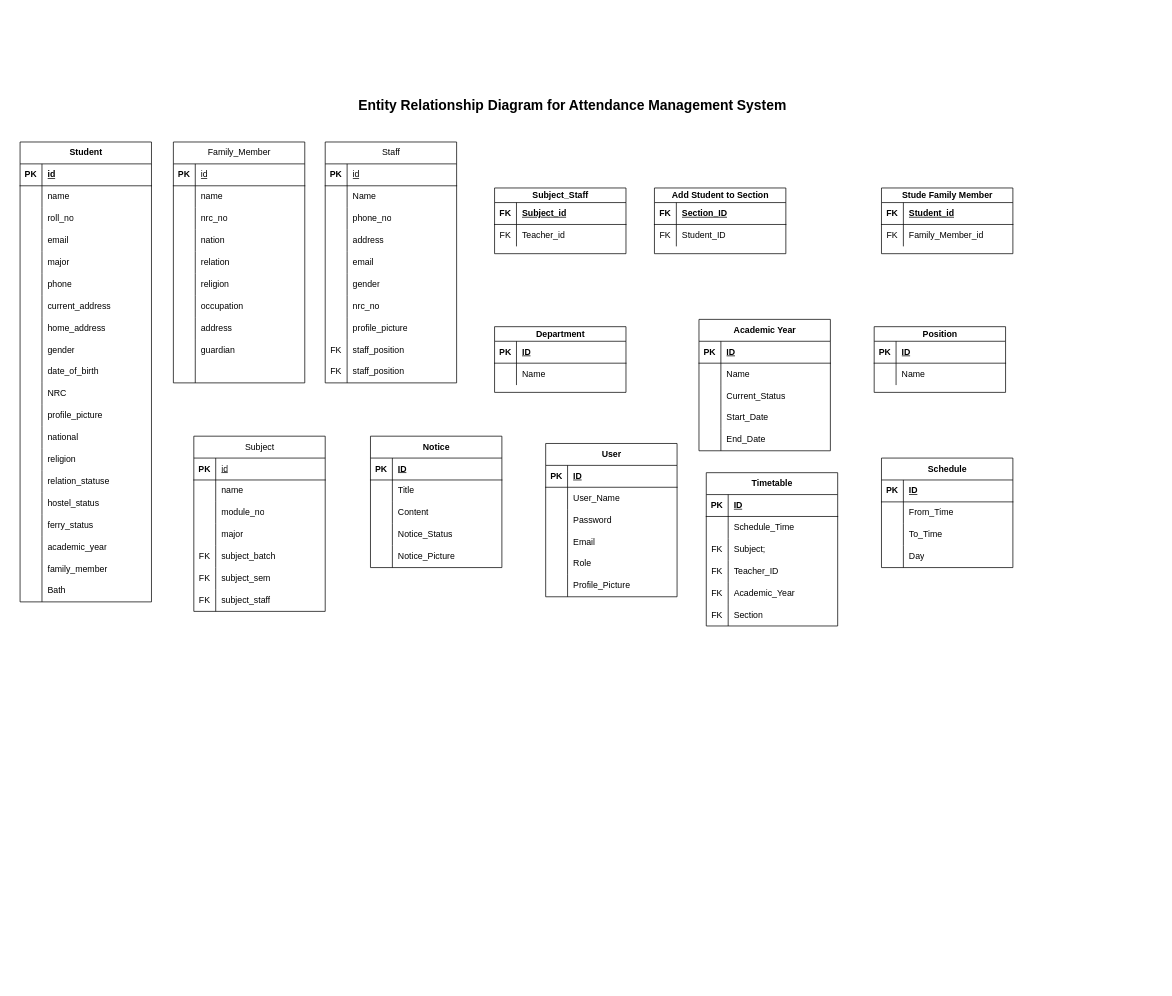
KhunMaungNgwee/InternShipProject keeps this draw.io diagram as ER.drawio. Above is the earlier version. Source tidied: cells renumbered, new cells numbered last; positions are measured from the earlier drawing's top-left corner, leaving out a move shared by most shapes. Both pictures are drawn from the tidied source at 73%, with x=0, y=0 at pixel (20, 91).
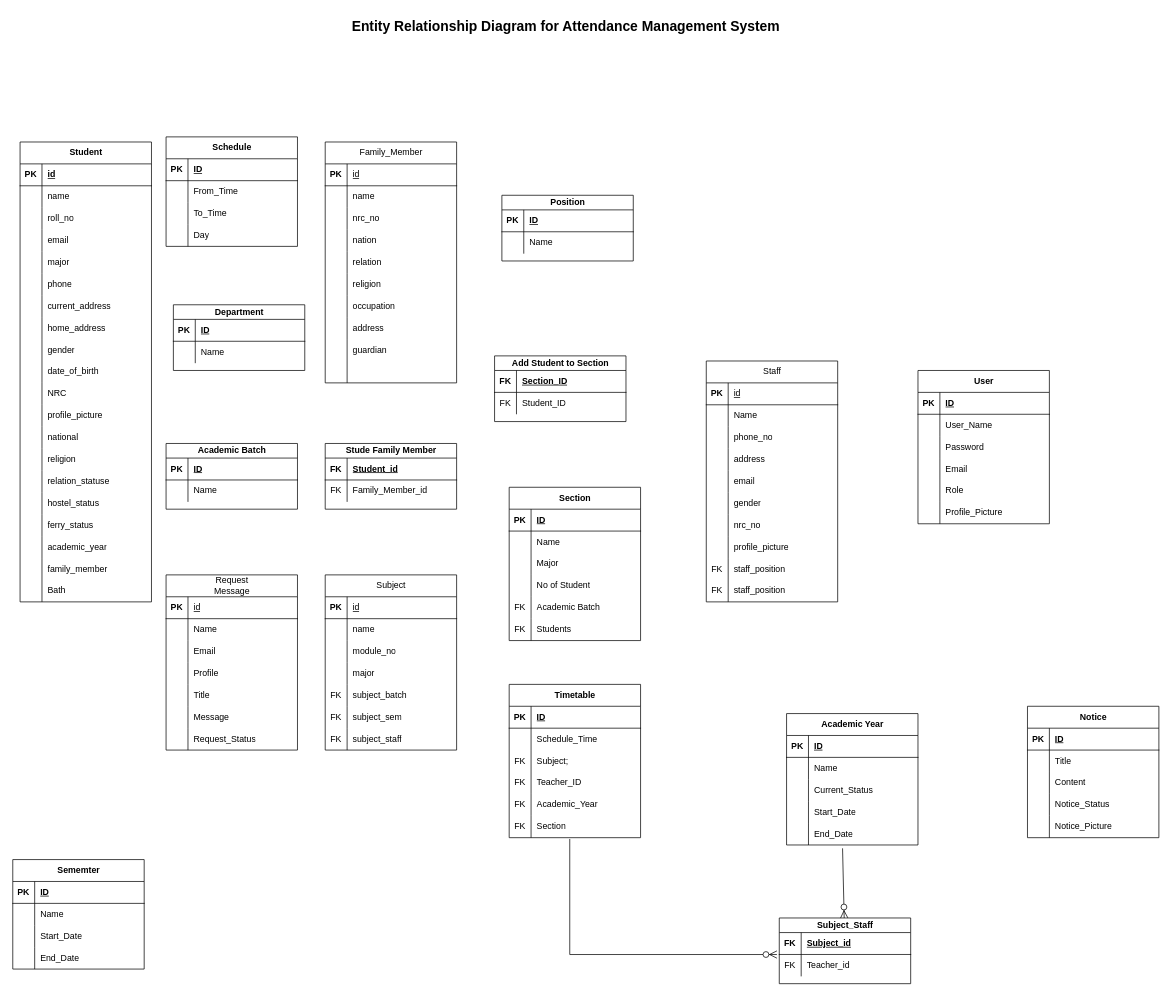
After the change.

Unchanged cells that the change refers to:
```xml
<mxCell id="203" style="shape=tableRow;horizontal=0;startSize=0;swimlaneHead=0;swimlaneBody=0;fillColor=none;points=[[0,0.5],[1,0.5]];portConstraint=eastwest;top=0;left=0;right=0;bottom=0;" parent="190" vertex="1">
  <mxGeometry y="150" width="180" height="30" as="geometry" />
</mxCell>
<mxCell id="222" style="shape=tableRow;horizontal=0;startSize=0;swimlaneHead=0;swimlaneBody=0;fillColor=none;points=[[0,0.5],[1,0.5]];portConstraint=eastwest;top=0;left=0;right=0;bottom=0;" parent="206" vertex="1">
  <mxGeometry y="180" width="180" height="30" as="geometry" />
</mxCell>
<mxCell id="249" style="shape=tableRow;horizontal=0;startSize=0;swimlaneHead=0;swimlaneBody=0;fillColor=none;points=[[0,0.5],[1,0.5]];portConstraint=eastwest;top=0;left=0;right=0;bottom=0;" parent="245" vertex="1">
  <mxGeometry y="50" width="180" height="30" as="geometry" />
</mxCell>
```

Diff of the diagram source:
```diff
@@
     <mxCell id="2" value="Entity Relationship Diagram for Attendance Management System&amp;nbsp;" style="text;html=1;align=center;verticalAlign=middle;strokeColor=none;fillColor=none;strokeWidth=0;fontSize=19;fontStyle=1;" parent="1" vertex="1">
-      <mxGeometry x="469" width="580" height="40" as="geometry" />
+      <mxGeometry x="460" y="-107" width="580" height="40" as="geometry" />
     </mxCell>
@@
     <mxCell id="64" value="&lt;span style=&quot;font-weight: 400; text-wrap: wrap;&quot;&gt;Family_Member&lt;/span&gt;" style="shape=table;startSize=30;childLayout=tableLayout;rowLines=0;fontStyle=1;align=center;html=1;" parent="1" vertex="1">
-      <mxGeometry x="210" y="70" width="180" height="330" as="geometry" />
+      <mxGeometry x="418" y="70" width="180" height="330" as="geometry" />
     </mxCell>
@@
     <mxCell id="95" value="&lt;span style=&quot;font-weight: 400; text-wrap: wrap;&quot;&gt;Staff&lt;/span&gt;" style="shape=table;startSize=30;childLayout=tableLayout;rowLines=0;fontStyle=1;align=center;html=1;" parent="1" vertex="1">
-      <mxGeometry x="418" y="70" width="180" height="330" as="geometry" />
+      <mxGeometry x="940" y="370" width="180" height="330" as="geometry" />
     </mxCell>
@@
     <mxCell id="126" value="&lt;span style=&quot;font-weight: 400; text-wrap: wrap;&quot;&gt;Subject&lt;/span&gt;" style="shape=table;startSize=30;childLayout=tableLayout;rowLines=0;fontStyle=1;align=center;html=1;" parent="1" vertex="1">
-      <mxGeometry x="238" y="473" width="180" height="240" as="geometry" />
+      <mxGeometry x="418" y="663" width="180" height="240" as="geometry" />
     </mxCell>
@@
     <mxCell id="148" value="Notice" style="shape=table;startSize=30;childLayout=tableLayout;rowLines=0;fontStyle=1;align=center;html=1;" parent="1" vertex="1">
-      <mxGeometry x="480" y="473" width="180" height="180" as="geometry" />
+      <mxGeometry x="1380" y="843" width="180" height="180" as="geometry" />
     </mxCell>
@@
     <mxCell id="164" value="Department" style="shape=table;startSize=20;childLayout=tableLayout;rowLines=0;fontStyle=1;align=center;html=1;" parent="1" vertex="1">
-      <mxGeometry x="650" y="323" width="180" height="90" as="geometry" />
+      <mxGeometry x="210" y="293" width="180" height="90" as="geometry" />
     </mxCell>
@@
     <mxCell id="171" value="User" style="shape=table;startSize=30;childLayout=tableLayout;rowLines=0;fontStyle=1;align=center;html=1;" parent="1" vertex="1">
-      <mxGeometry x="720" y="483" width="180" height="210" as="geometry" />
+      <mxGeometry x="1230" y="383" width="180" height="210" as="geometry" />
     </mxCell>
@@
     <mxCell id="190" value="Academic Year" style="shape=table;startSize=30;childLayout=tableLayout;rowLines=0;fontStyle=1;align=center;html=1;" parent="1" vertex="1">
-      <mxGeometry x="930" y="313" width="180" height="180" as="geometry" />
+      <mxGeometry x="1050" y="853" width="180" height="180" as="geometry" />
     </mxCell>
@@
     <mxCell id="206" value="Timetable" style="shape=table;startSize=30;childLayout=tableLayout;rowLines=0;fontStyle=1;align=center;html=1;" parent="1" vertex="1">
-      <mxGeometry x="940" y="523" width="180" height="210" as="geometry" />
+      <mxGeometry x="670" y="813" width="180" height="210" as="geometry" />
     </mxCell>
@@
     <mxCell id="225" value="Position" style="shape=table;startSize=20;childLayout=tableLayout;rowLines=0;fontStyle=1;align=center;html=1;" parent="1" vertex="1">
-      <mxGeometry x="1170" y="323" width="180" height="90" as="geometry" />
+      <mxGeometry x="660" y="143" width="180" height="90" as="geometry" />
     </mxCell>
@@
     <mxCell id="232" value="Schedule" style="shape=table;startSize=30;childLayout=tableLayout;rowLines=0;fontStyle=1;align=center;html=1;" parent="1" vertex="1">
-      <mxGeometry x="1180" y="503" width="180" height="150" as="geometry" />
+      <mxGeometry x="200" y="63" width="180" height="150" as="geometry" />
     </mxCell>
@@
     <mxCell id="245" value="Subject_Staff" style="shape=table;startSize=20;childLayout=tableLayout;rowLines=0;fontStyle=1;align=center;html=1;" parent="1" vertex="1">
-      <mxGeometry x="650" y="133" width="180" height="90" as="geometry" />
+      <mxGeometry x="1040" y="1133" width="180" height="90" as="geometry" />
     </mxCell>
@@
     <mxCell id="252" value="Add Student to Section" style="shape=table;startSize=20;childLayout=tableLayout;rowLines=0;fontStyle=1;align=center;html=1;" parent="1" vertex="1">
-      <mxGeometry x="869" y="133" width="180" height="90" as="geometry" />
+      <mxGeometry x="650" y="363" width="180" height="90" as="geometry" />
     </mxCell>
@@
     <mxCell id="259" value="Stude Family Member" style="shape=table;startSize=20;childLayout=tableLayout;rowLines=0;fontStyle=1;align=center;html=1;" parent="1" vertex="1">
-      <mxGeometry x="1180" y="133" width="180" height="90" as="geometry" />
+      <mxGeometry x="418" y="483" width="180" height="90" as="geometry" />
     </mxCell>
@@
+    <mxCell id="266" value="Academic Batch" style="shape=table;startSize=20;childLayout=tableLayout;rowLines=0;fontStyle=1;align=center;html=1;" parent="1" vertex="1">
+      <mxGeometry x="200" y="483" width="180" height="90" as="geometry" />
+    </mxCell>
+    <mxCell id="267" style="shape=tableRow;horizontal=0;startSize=0;swimlaneHead=0;swimlaneBody=0;fillColor=none;top=0;left=0;right=0;bottom=1;" parent="266" vertex="1">
+      <mxGeometry y="20" width="180" height="30" as="geometry" />
+    </mxCell>
+    <mxCell id="268" value="PK" style="shape=partialRectangle;fillColor=none;top=0;left=0;bottom=0;right=0;fontStyle=1;overflow=hidden;whiteSpace=wrap;html=1;" parent="267" vertex="1">
+      <mxGeometry width="30" height="30" as="geometry" />
+    </mxCell>
+    <mxCell id="269" value="ID" style="shape=partialRectangle;fillColor=none;top=0;left=0;bottom=0;right=0;align=left;spacingLeft=6;fontStyle=5;overflow=hidden;whiteSpace=wrap;html=1;" parent="267" vertex="1">
+      <mxGeometry x="30" width="150" height="30" as="geometry" />
+    </mxCell>
+    <mxCell id="270" style="shape=tableRow;horizontal=0;startSize=0;swimlaneHead=0;swimlaneBody=0;fillColor=none;top=0;left=0;right=0;bottom=0;" parent="266" vertex="1">
+      <mxGeometry y="50" width="180" height="30" as="geometry" />
+    </mxCell>
+    <mxCell id="271" style="shape=partialRectangle;fillColor=none;top=0;left=0;bottom=0;right=0;overflow=hidden;whiteSpace=wrap;html=1;" parent="270" vertex="1">
+      <mxGeometry width="30" height="30" as="geometry" />
+    </mxCell>
+    <mxCell id="272" value="Name" style="shape=partialRectangle;fillColor=none;top=0;left=0;bottom=0;right=0;align=left;spacingLeft=6;overflow=hidden;whiteSpace=wrap;html=1;" parent="270" vertex="1">
+      <mxGeometry x="30" width="150" height="30" as="geometry" />
+    </mxCell>
+    <mxCell id="273" value="Sememter" style="shape=table;startSize=30;childLayout=tableLayout;rowLines=0;fontStyle=1;align=center;html=1;" parent="1" vertex="1">
+      <mxGeometry x="-10" y="1053" width="180" height="150" as="geometry" />
+    </mxCell>
+    <mxCell id="274" style="shape=tableRow;horizontal=0;startSize=0;swimlaneHead=0;swimlaneBody=0;fillColor=none;top=0;left=0;right=0;bottom=1;" parent="273" vertex="1">
+      <mxGeometry y="30" width="180" height="30" as="geometry" />
+    </mxCell>
+    <mxCell id="275" value="PK" style="shape=partialRectangle;fillColor=none;top=0;left=0;bottom=0;right=0;fontStyle=1;overflow=hidden;whiteSpace=wrap;html=1;" parent="274" vertex="1">
+      <mxGeometry width="30" height="30" as="geometry" />
+    </mxCell>
+    <mxCell id="276" value="ID" style="shape=partialRectangle;fillColor=none;top=0;left=0;bottom=0;right=0;align=left;spacingLeft=6;fontStyle=5;overflow=hidden;whiteSpace=wrap;html=1;" parent="274" vertex="1">
+      <mxGeometry x="30" width="150" height="30" as="geometry" />
+    </mxCell>
+    <mxCell id="277" style="shape=tableRow;horizontal=0;startSize=0;swimlaneHead=0;swimlaneBody=0;fillColor=none;top=0;left=0;right=0;bottom=0;" parent="273" vertex="1">
+      <mxGeometry y="60" width="180" height="30" as="geometry" />
+    </mxCell>
+    <mxCell id="278" style="shape=partialRectangle;fillColor=none;top=0;left=0;bottom=0;right=0;overflow=hidden;whiteSpace=wrap;html=1;" parent="277" vertex="1">
+      <mxGeometry width="30" height="30" as="geometry" />
+    </mxCell>
+    <mxCell id="279" value="Name" style="shape=partialRectangle;fillColor=none;top=0;left=0;bottom=0;right=0;align=left;spacingLeft=6;overflow=hidden;whiteSpace=wrap;html=1;" parent="277" vertex="1">
+      <mxGeometry x="30" width="150" height="30" as="geometry" />
+    </mxCell>
+    <mxCell id="280" style="shape=tableRow;horizontal=0;startSize=0;swimlaneHead=0;swimlaneBody=0;fillColor=none;top=0;left=0;right=0;bottom=0;" parent="273" vertex="1">
+      <mxGeometry y="90" width="180" height="30" as="geometry" />
+    </mxCell>
+    <mxCell id="281" style="shape=partialRectangle;fillColor=none;top=0;left=0;bottom=0;right=0;overflow=hidden;whiteSpace=wrap;html=1;" parent="280" vertex="1">
+      <mxGeometry width="30" height="30" as="geometry" />
+    </mxCell>
+    <mxCell id="282" value="Start_Date" style="shape=partialRectangle;fillColor=none;top=0;left=0;bottom=0;right=0;align=left;spacingLeft=6;overflow=hidden;whiteSpace=wrap;html=1;" parent="280" vertex="1">
+      <mxGeometry x="30" width="150" height="30" as="geometry" />
+    </mxCell>
+    <mxCell id="283" style="shape=tableRow;horizontal=0;startSize=0;swimlaneHead=0;swimlaneBody=0;fillColor=none;top=0;left=0;right=0;bottom=0;" parent="273" vertex="1">
+      <mxGeometry y="120" width="180" height="30" as="geometry" />
+    </mxCell>
+    <mxCell id="284" style="shape=partialRectangle;fillColor=none;top=0;left=0;bottom=0;right=0;overflow=hidden;whiteSpace=wrap;html=1;" parent="283" vertex="1">
+      <mxGeometry width="30" height="30" as="geometry" />
+    </mxCell>
+    <mxCell id="285" value="End_Date" style="shape=partialRectangle;fillColor=none;top=0;left=0;bottom=0;right=0;align=left;spacingLeft=6;overflow=hidden;whiteSpace=wrap;html=1;" parent="283" vertex="1">
+      <mxGeometry x="30" width="150" height="30" as="geometry" />
+    </mxCell>
+    <mxCell id="286" value="Section" style="shape=table;startSize=30;childLayout=tableLayout;rowLines=0;fontStyle=1;align=center;html=1;" parent="1" vertex="1">
+      <mxGeometry x="670" y="543" width="180" height="210" as="geometry" />
+    </mxCell>
+    <mxCell id="287" style="shape=tableRow;horizontal=0;startSize=0;swimlaneHead=0;swimlaneBody=0;fillColor=none;top=0;left=0;right=0;bottom=1;" parent="286" vertex="1">
+      <mxGeometry y="30" width="180" height="30" as="geometry" />
+    </mxCell>
+    <mxCell id="288" value="PK" style="shape=partialRectangle;fillColor=none;top=0;left=0;bottom=0;right=0;fontStyle=1;overflow=hidden;whiteSpace=wrap;html=1;" parent="287" vertex="1">
+      <mxGeometry width="30" height="30" as="geometry" />
+    </mxCell>
+    <mxCell id="289" value="ID" style="shape=partialRectangle;fillColor=none;top=0;left=0;bottom=0;right=0;align=left;spacingLeft=6;fontStyle=5;overflow=hidden;whiteSpace=wrap;html=1;" parent="287" vertex="1">
+      <mxGeometry x="30" width="150" height="30" as="geometry" />
+    </mxCell>
+    <mxCell id="290" style="shape=tableRow;horizontal=0;startSize=0;swimlaneHead=0;swimlaneBody=0;fillColor=none;top=0;left=0;right=0;bottom=0;" parent="286" vertex="1">
+      <mxGeometry y="60" width="180" height="30" as="geometry" />
+    </mxCell>
+    <mxCell id="291" style="shape=partialRectangle;fillColor=none;top=0;left=0;bottom=0;right=0;overflow=hidden;whiteSpace=wrap;html=1;" parent="290" vertex="1">
+      <mxGeometry width="30" height="30" as="geometry" />
+    </mxCell>
+    <mxCell id="292" value="Name" style="shape=partialRectangle;fillColor=none;top=0;left=0;bottom=0;right=0;align=left;spacingLeft=6;overflow=hidden;whiteSpace=wrap;html=1;" parent="290" vertex="1">
+      <mxGeometry x="30" width="150" height="30" as="geometry" />
+    </mxCell>
+    <mxCell id="293" style="shape=tableRow;horizontal=0;startSize=0;swimlaneHead=0;swimlaneBody=0;fillColor=none;top=0;left=0;right=0;bottom=0;" parent="286" vertex="1">
+      <mxGeometry y="90" width="180" height="30" as="geometry" />
+    </mxCell>
+    <mxCell id="294" style="shape=partialRectangle;fillColor=none;top=0;left=0;bottom=0;right=0;overflow=hidden;whiteSpace=wrap;html=1;" parent="293" vertex="1">
+      <mxGeometry width="30" height="30" as="geometry" />
+    </mxCell>
+    <mxCell id="295" value="Major" style="shape=partialRectangle;fillColor=none;top=0;left=0;bottom=0;right=0;align=left;spacingLeft=6;overflow=hidden;whiteSpace=wrap;html=1;" parent="293" vertex="1">
+      <mxGeometry x="30" width="150" height="30" as="geometry" />
+    </mxCell>
+    <mxCell id="296" style="shape=tableRow;horizontal=0;startSize=0;swimlaneHead=0;swimlaneBody=0;fillColor=none;top=0;left=0;right=0;bottom=0;" parent="286" vertex="1">
+      <mxGeometry y="120" width="180" height="30" as="geometry" />
+    </mxCell>
+    <mxCell id="297" style="shape=partialRectangle;fillColor=none;top=0;left=0;bottom=0;right=0;overflow=hidden;whiteSpace=wrap;html=1;" parent="296" vertex="1">
+      <mxGeometry width="30" height="30" as="geometry" />
+    </mxCell>
+    <mxCell id="298" value="No of Student" style="shape=partialRectangle;fillColor=none;top=0;left=0;bottom=0;right=0;align=left;spacingLeft=6;overflow=hidden;whiteSpace=wrap;html=1;" parent="296" vertex="1">
+      <mxGeometry x="30" width="150" height="30" as="geometry" />
+    </mxCell>
+    <mxCell id="299" style="shape=tableRow;horizontal=0;startSize=0;swimlaneHead=0;swimlaneBody=0;fillColor=none;top=0;left=0;right=0;bottom=0;" parent="286" vertex="1">
+      <mxGeometry y="150" width="180" height="30" as="geometry" />
+    </mxCell>
+    <mxCell id="300" value="FK" style="shape=partialRectangle;fillColor=none;top=0;left=0;bottom=0;right=0;overflow=hidden;whiteSpace=wrap;html=1;" parent="299" vertex="1">
+      <mxGeometry width="30" height="30" as="geometry" />
+    </mxCell>
+    <mxCell id="301" value="Academic Batch" style="shape=partialRectangle;fillColor=none;top=0;left=0;bottom=0;right=0;align=left;spacingLeft=6;overflow=hidden;whiteSpace=wrap;html=1;" parent="299" vertex="1">
+      <mxGeometry x="30" width="150" height="30" as="geometry" />
+    </mxCell>
+    <mxCell id="302" style="shape=tableRow;horizontal=0;startSize=0;swimlaneHead=0;swimlaneBody=0;fillColor=none;top=0;left=0;right=0;bottom=0;" parent="286" vertex="1">
+      <mxGeometry y="180" width="180" height="30" as="geometry" />
+    </mxCell>
+    <mxCell id="303" value="FK" style="shape=partialRectangle;fillColor=none;top=0;left=0;bottom=0;right=0;overflow=hidden;whiteSpace=wrap;html=1;" parent="302" vertex="1">
+      <mxGeometry width="30" height="30" as="geometry" />
+    </mxCell>
+    <mxCell id="304" value="Students" style="shape=partialRectangle;fillColor=none;top=0;left=0;bottom=0;right=0;align=left;spacingLeft=6;overflow=hidden;whiteSpace=wrap;html=1;" parent="302" vertex="1">
+      <mxGeometry x="30" width="150" height="30" as="geometry" />
+    </mxCell>
+    <mxCell id="305" value="&lt;span style=&quot;font-weight: 400; text-wrap: wrap;&quot;&gt;Request Message&lt;/span&gt;" style="shape=table;startSize=30;childLayout=tableLayout;rowLines=0;fontStyle=1;align=center;html=1;" parent="1" vertex="1">
+      <mxGeometry x="200" y="663" width="180" height="240" as="geometry" />
+    </mxCell>
+    <mxCell id="306" style="shape=tableRow;horizontal=0;startSize=0;swimlaneHead=0;swimlaneBody=0;fillColor=none;top=0;left=0;right=0;bottom=1;" parent="305" vertex="1">
+      <mxGeometry y="30" width="180" height="30" as="geometry" />
+    </mxCell>
+    <mxCell id="307" value="PK" style="shape=partialRectangle;fillColor=none;top=0;left=0;bottom=0;right=0;fontStyle=1;overflow=hidden;whiteSpace=wrap;html=1;" parent="306" vertex="1">
+      <mxGeometry width="30" height="30" as="geometry" />
+    </mxCell>
+    <mxCell id="308" value="&lt;span style=&quot;font-weight: 400;&quot;&gt;id&lt;/span&gt;" style="shape=partialRectangle;fillColor=none;top=0;left=0;bottom=0;right=0;align=left;spacingLeft=6;fontStyle=5;overflow=hidden;whiteSpace=wrap;html=1;" parent="306" vertex="1">
+      <mxGeometry x="30" width="150" height="30" as="geometry" />
+    </mxCell>
+    <mxCell id="309" style="shape=tableRow;horizontal=0;startSize=0;swimlaneHead=0;swimlaneBody=0;fillColor=none;top=0;left=0;right=0;bottom=0;" parent="305" vertex="1">
+      <mxGeometry y="60" width="180" height="30" as="geometry" />
+    </mxCell>
+    <mxCell id="310" style="shape=partialRectangle;fillColor=none;top=0;left=0;bottom=0;right=0;overflow=hidden;whiteSpace=wrap;html=1;" parent="309" vertex="1">
+      <mxGeometry width="30" height="30" as="geometry" />
+    </mxCell>
+    <mxCell id="311" value="Name" style="shape=partialRectangle;fillColor=none;top=0;left=0;bottom=0;right=0;align=left;spacingLeft=6;overflow=hidden;whiteSpace=wrap;html=1;" parent="309" vertex="1">
+      <mxGeometry x="30" width="150" height="30" as="geometry" />
+    </mxCell>
+    <mxCell id="312" style="shape=tableRow;horizontal=0;startSize=0;swimlaneHead=0;swimlaneBody=0;fillColor=none;top=0;left=0;right=0;bottom=0;" parent="305" vertex="1">
+      <mxGeometry y="90" width="180" height="30" as="geometry" />
+    </mxCell>
+    <mxCell id="313" style="shape=partialRectangle;fillColor=none;top=0;left=0;bottom=0;right=0;overflow=hidden;whiteSpace=wrap;html=1;" parent="312" vertex="1">
+      <mxGeometry width="30" height="30" as="geometry" />
+    </mxCell>
+    <mxCell id="314" value="Email" style="shape=partialRectangle;fillColor=none;top=0;left=0;bottom=0;right=0;align=left;spacingLeft=6;overflow=hidden;whiteSpace=wrap;html=1;" parent="312" vertex="1">
+      <mxGeometry x="30" width="150" height="30" as="geometry" />
+    </mxCell>
+    <mxCell id="315" style="shape=tableRow;horizontal=0;startSize=0;swimlaneHead=0;swimlaneBody=0;fillColor=none;top=0;left=0;right=0;bottom=0;" parent="305" vertex="1">
+      <mxGeometry y="120" width="180" height="30" as="geometry" />
+    </mxCell>
+    <mxCell id="316" style="shape=partialRectangle;fillColor=none;top=0;left=0;bottom=0;right=0;overflow=hidden;whiteSpace=wrap;html=1;" parent="315" vertex="1">
+      <mxGeometry width="30" height="30" as="geometry" />
+    </mxCell>
+    <mxCell id="317" value="Profile" style="shape=partialRectangle;fillColor=none;top=0;left=0;bottom=0;right=0;align=left;spacingLeft=6;overflow=hidden;whiteSpace=wrap;html=1;" parent="315" vertex="1">
+      <mxGeometry x="30" width="150" height="30" as="geometry" />
+    </mxCell>
+    <mxCell id="318" style="shape=tableRow;horizontal=0;startSize=0;swimlaneHead=0;swimlaneBody=0;fillColor=none;top=0;left=0;right=0;bottom=0;" parent="305" vertex="1">
+      <mxGeometry y="150" width="180" height="30" as="geometry" />
+    </mxCell>
+    <mxCell id="319" style="shape=partialRectangle;fillColor=none;top=0;left=0;bottom=0;right=0;overflow=hidden;whiteSpace=wrap;html=1;" parent="318" vertex="1">
+      <mxGeometry width="30" height="30" as="geometry" />
+    </mxCell>
+    <mxCell id="320" value="Title" style="shape=partialRectangle;fillColor=none;top=0;left=0;bottom=0;right=0;align=left;spacingLeft=6;overflow=hidden;whiteSpace=wrap;html=1;" parent="318" vertex="1">
+      <mxGeometry x="30" width="150" height="30" as="geometry" />
+    </mxCell>
+    <mxCell id="321" style="shape=tableRow;horizontal=0;startSize=0;swimlaneHead=0;swimlaneBody=0;fillColor=none;top=0;left=0;right=0;bottom=0;" parent="305" vertex="1">
+      <mxGeometry y="180" width="180" height="30" as="geometry" />
+    </mxCell>
+    <mxCell id="322" style="shape=partialRectangle;fillColor=none;top=0;left=0;bottom=0;right=0;overflow=hidden;whiteSpace=wrap;html=1;" parent="321" vertex="1">
+      <mxGeometry width="30" height="30" as="geometry" />
+    </mxCell>
+    <mxCell id="323" value="Message" style="shape=partialRectangle;fillColor=none;top=0;left=0;bottom=0;right=0;align=left;spacingLeft=6;overflow=hidden;whiteSpace=wrap;html=1;" parent="321" vertex="1">
+      <mxGeometry x="30" width="150" height="30" as="geometry" />
+    </mxCell>
+    <mxCell id="324" style="shape=tableRow;horizontal=0;startSize=0;swimlaneHead=0;swimlaneBody=0;fillColor=none;top=0;left=0;right=0;bottom=0;" parent="305" vertex="1">
+      <mxGeometry y="210" width="180" height="30" as="geometry" />
+    </mxCell>
+    <mxCell id="325" style="shape=partialRectangle;fillColor=none;top=0;left=0;bottom=0;right=0;overflow=hidden;whiteSpace=wrap;html=1;" parent="324" vertex="1">
+      <mxGeometry width="30" height="30" as="geometry" />
+    </mxCell>
+    <mxCell id="326" value="Request_Status" style="shape=partialRectangle;fillColor=none;top=0;left=0;bottom=0;right=0;align=left;spacingLeft=6;overflow=hidden;whiteSpace=wrap;html=1;" parent="324" vertex="1">
+      <mxGeometry x="30" width="150" height="30" as="geometry" />
+    </mxCell>
+    <mxCell id="327" style="fontSize=12;html=1;endArrow=ERzeroToMany;endFill=1;rounded=0;startSize=8;endSize=8;exitX=0.426;exitY=1.153;exitDx=0;exitDy=0;exitPerimeter=0;" parent="1" edge="1" source="203" target="245">
+      <mxGeometry relative="1" as="geometry" />
+    </mxCell>
+    <mxCell id="328" style="fontSize=12;html=1;endArrow=ERzeroToMany;endFill=1;rounded=0;startSize=8;endSize=8;exitX=0.461;exitY=1.059;exitDx=0;exitDy=0;exitPerimeter=0;entryX=-0.018;entryY=0.002;entryDx=0;entryDy=0;entryPerimeter=0;edgeStyle=elbowEdgeStyle;" parent="1" edge="1" source="222" target="249">
+      <mxGeometry relative="1" as="geometry">
+        <Array as="points">
+          <mxPoint x="753" y="1103" />
+        </Array>
+      </mxGeometry>
+    </mxCell>
```
